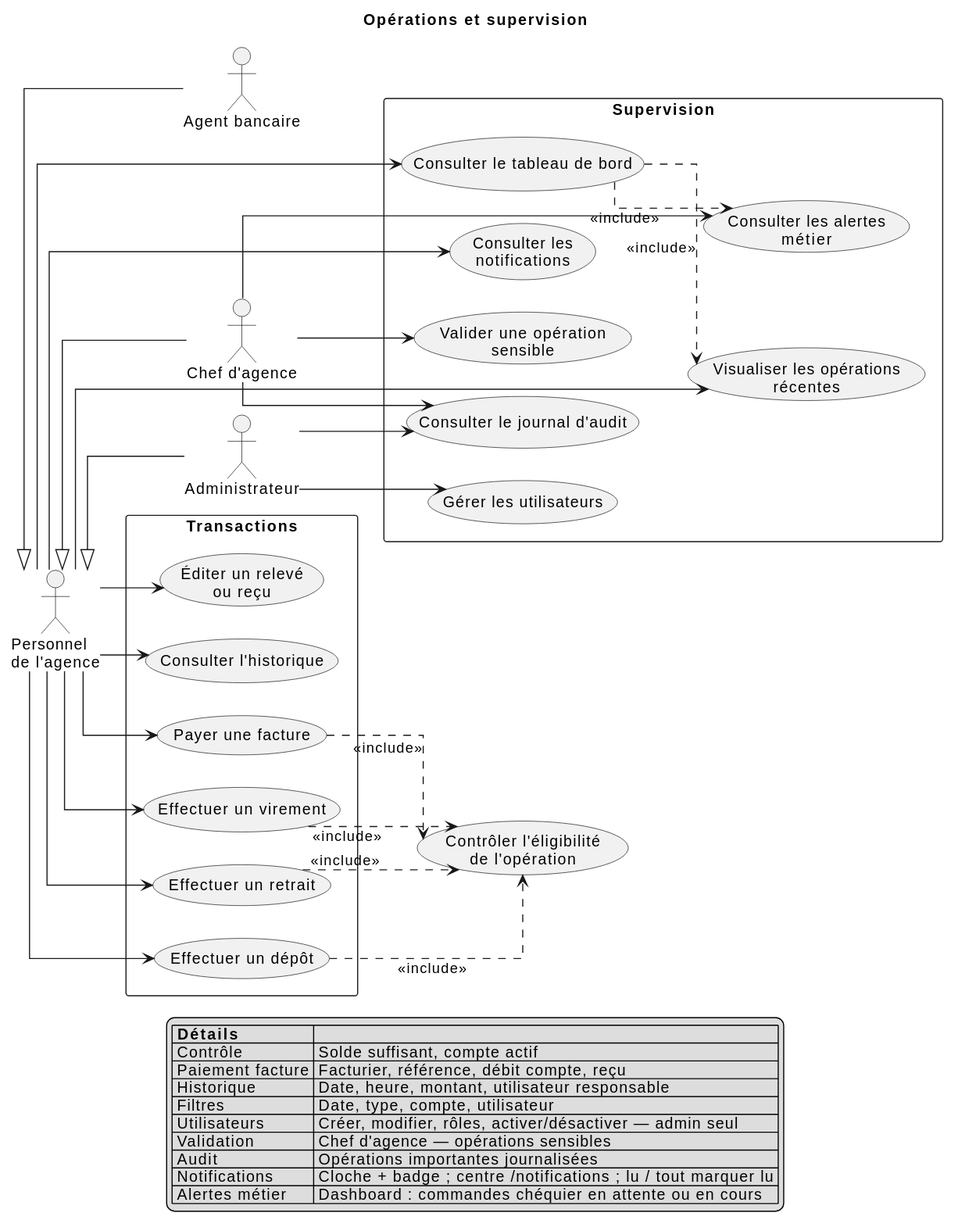
Above: documentation/overleaf/images/02-operations-supervision.svg in aminabensouda106-gif/banque1 (PlantUML), before the change. Its diagram source:
```plantuml
@startuml
left to right direction
skinparam shadowing false
skinparam packageStyle rectangle
skinparam nodesep 30
skinparam ranksep 40
skinparam linetype ortho

title Opérations et supervision

actor "Personnel\nde l'agence" as personnel

actor "Administrateur" as admin
actor "Agent bancaire" as agent
actor "Chef d'agence" as chef

admin -up-|> personnel
agent -up-|> personnel
chef -up-|> personnel

rectangle "Transactions" {
  usecase "Effectuer un dépôt" as UC_DEPOT
  usecase "Effectuer un retrait" as UC_RETRAIT
  usecase "Effectuer un virement" as UC_VIREMENT
  usecase "Payer une facture" as UC_BILL
  usecase "Consulter l'historique" as UC_HIST
  usecase "Éditer un relevé\nou reçu" as UC_RELEVE
}

rectangle "Supervision" {
  usecase "Consulter le tableau de bord" as UC_DASH
  usecase "Visualiser les opérations\nrécentes" as UC_RECENT
  usecase "Consulter les alertes\nmétier" as UC_ALERTS
  usecase "Consulter les\nnotifications" as UC_NOTIF
  usecase "Gérer les utilisateurs" as UC_USERS
  usecase "Consulter le journal d'audit" as UC_AUDIT_VIEW
  usecase "Valider une opération\nsensible" as UC_VALIDATE
}

usecase "Contrôler l'éligibilité\nde l'opération" as UC_CHECK

personnel --> UC_DEPOT
personnel --> UC_RETRAIT
personnel --> UC_VIREMENT
personnel --> UC_BILL
personnel --> UC_HIST
personnel --> UC_RELEVE
personnel --> UC_DASH
personnel --> UC_RECENT
personnel --> UC_NOTIF

admin --> UC_USERS
admin --> UC_AUDIT_VIEW
chef --> UC_AUDIT_VIEW
chef --> UC_VALIDATE
chef --> UC_ALERTS

UC_DEPOT ..> UC_CHECK : <<include>>
UC_RETRAIT ..> UC_CHECK : <<include>>
UC_VIREMENT ..> UC_CHECK : <<include>>
UC_BILL ..> UC_CHECK : <<include>>
UC_DASH ..> UC_RECENT : <<include>>
UC_DASH ..> UC_ALERTS : <<include>>

legend bottom
  |= Détails |= |
  | Contrôle | Solde suffisant, compte actif |
  | Paiement facture | Facturier, référence, débit compte, reçu |
  | Historique | Date, heure, montant, utilisateur responsable |
  | Filtres | Date, type, compte, utilisateur |
  | Utilisateurs | Créer, modifier, rôles, activer/désactiver — admin seul |
  | Validation | Chef d'agence — opérations sensibles |
  | Audit | Opérations importantes journalisées |
  | Notifications | Cloche + badge ; centre /notifications ; lu / tout marquer lu |
  | Alertes métier | Dashboard : commandes chéquier en attente ou en cours |
endlegend
@enduml
```
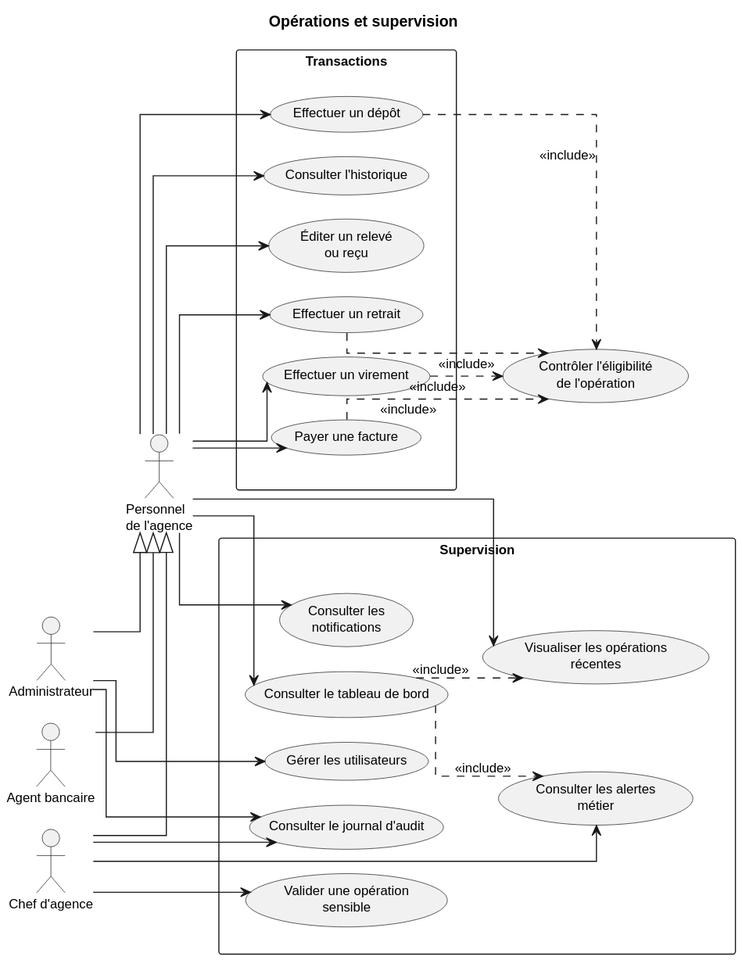
After the change.

What changed in the source:
```diff
@@ -2,23 +2,25 @@
 left to right direction
 skinparam shadowing false
 skinparam packageStyle rectangle
-skinparam nodesep 30
-skinparam ranksep 40
+skinparam nodesep 22
+skinparam ranksep 28
 skinparam linetype ortho
+skinparam defaultFontSize 12
 
 title Opérations et supervision
 
 actor "Personnel\nde l'agence" as personnel
-
 actor "Administrateur" as admin
 actor "Agent bancaire" as agent
 actor "Chef d'agence" as chef
 
-admin -up-|> personnel
-agent -up-|> personnel
-chef -up-|> personnel
+admin -[hidden]right- agent
+agent -[hidden]right- chef
+admin -down-|> personnel
+agent -down-|> personnel
+chef -down-|> personnel
 
-rectangle "Transactions" {
+rectangle "Transactions" as TX {
   usecase "Effectuer un dépôt" as UC_DEPOT
   usecase "Effectuer un retrait" as UC_RETRAIT
   usecase "Effectuer un virement" as UC_VIREMENT
@@ -27,7 +29,7 @@
   usecase "Éditer un relevé\nou reçu" as UC_RELEVE
 }
 
-rectangle "Supervision" {
+rectangle "Supervision" as SUP {
   usecase "Consulter le tableau de bord" as UC_DASH
   usecase "Visualiser les opérations\nrécentes" as UC_RECENT
   usecase "Consulter les alertes\nmétier" as UC_ALERTS
@@ -38,6 +40,9 @@
 }
 
 usecase "Contrôler l'éligibilité\nde l'opération" as UC_CHECK
+
+TX -[hidden]right- SUP
+SUP -[hidden]right- UC_CHECK
 
 personnel --> UC_DEPOT
 personnel --> UC_RETRAIT
@@ -61,17 +66,4 @@
 UC_BILL ..> UC_CHECK : <<include>>
 UC_DASH ..> UC_RECENT : <<include>>
 UC_DASH ..> UC_ALERTS : <<include>>
-
-legend bottom
-  |= Détails |= |
-  | Contrôle | Solde suffisant, compte actif |
-  | Paiement facture | Facturier, référence, débit compte, reçu |
-  | Historique | Date, heure, montant, utilisateur responsable |
-  | Filtres | Date, type, compte, utilisateur |
-  | Utilisateurs | Créer, modifier, rôles, activer/désactiver — admin seul |
-  | Validation | Chef d'agence — opérations sensibles |
-  | Audit | Opérations importantes journalisées |
-  | Notifications | Cloche + badge ; centre /notifications ; lu / tout marquer lu |
-  | Alertes métier | Dashboard : commandes chéquier en attente ou en cours |
-endlegend
 @enduml
```
